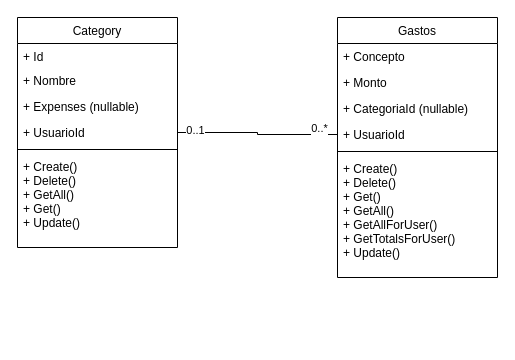
Earlier version of the draw.io diagram Diagramas/Diagramas juan jose/diagrama de clases.drawio (Devalle99/Xpense). Source tidied: cells renumbered, new cells numbered last; positions are measured from the earlier drawing's top-left corner, leaving out a move shared by most shapes. Both pictures are drawn from the tidied source at 100%, with x=0, y=0 at pixel (17, 17).
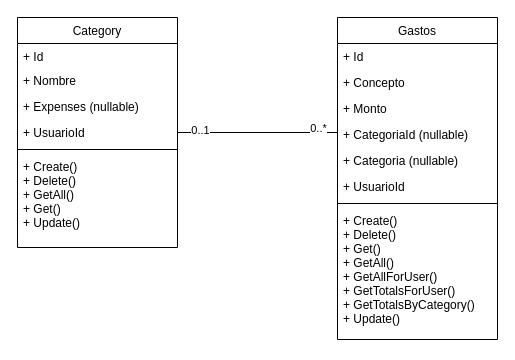
Above is the later version.

The change refers to these unchanged cells:
```xml
<mxCell id="6" value="+ UsuarioId" style="text;align=left;verticalAlign=top;spacingLeft=4;spacingRight=4;overflow=hidden;points=[[0,0.5],[1,0.5]];portConstraint=eastwest;rounded=0;shadow=0;html=0;" parent="2" vertex="1">
  <mxGeometry y="102" width="160" height="26" as="geometry" />
</mxCell>
```

The edit, as a diff of the source:
```diff
@@
     <mxCell id="9" value="Gastos" style="swimlane;fontStyle=0;align=center;verticalAlign=top;horizontal=1;startSize=26;rounded=0;shadow=0;strokeWidth=1;" parent="1" vertex="1">
-      <mxGeometry x="320" width="160" height="260" as="geometry" />
+      <mxGeometry x="320" width="160" height="322" as="geometry" />
     </mxCell>
+    <mxCell id="19" value="+ Id" style="text;align=left;verticalAlign=top;spacingLeft=4;spacingRight=4;overflow=hidden;rounded=0;shadow=0;html=0;" parent="9" vertex="1">
+      <mxGeometry y="26" width="160" height="26" as="geometry" />
+    </mxCell>
     <mxCell id="10" value="+ Concepto" style="text;align=left;verticalAlign=top;spacingLeft=4;spacingRight=4;overflow=hidden;" parent="9" vertex="1">
-      <mxGeometry y="26" width="160" height="26" as="geometry" />
+      <mxGeometry y="52" width="160" height="26" as="geometry" />
     </mxCell>
     <mxCell id="11" value="+ Monto" style="text;align=left;verticalAlign=top;spacingLeft=4;spacingRight=4;overflow=hidden;rounded=0;shadow=0;html=0;" parent="9" vertex="1">
-      <mxGeometry y="52" width="160" height="26" as="geometry" />
+      <mxGeometry y="78" width="160" height="26" as="geometry" />
     </mxCell>
     <mxCell id="12" value="+ CategoriaId (nullable)" style="text;align=left;verticalAlign=top;spacingLeft=4;spacingRight=4;overflow=hidden;rounded=0;shadow=0;html=0;" parent="9" vertex="1">
-      <mxGeometry y="78" width="160" height="26" as="geometry" />
+      <mxGeometry y="104" width="160" height="26" as="geometry" />
     </mxCell>
+    <mxCell id="20" value="+ Categoria (nullable)" style="text;align=left;verticalAlign=top;spacingLeft=4;spacingRight=4;overflow=hidden;rounded=0;shadow=0;html=0;" parent="9" vertex="1">
+      <mxGeometry y="130" width="160" height="26" as="geometry" />
+    </mxCell>
     <mxCell id="13" value="+ UsuarioId" style="text;align=left;verticalAlign=top;spacingLeft=4;spacingRight=4;overflow=hidden;points=[[0,0.5],[1,0.5]];portConstraint=eastwest;rounded=0;shadow=0;html=0;" parent="9" vertex="1">
-      <mxGeometry y="104" width="160" height="26" as="geometry" />
+      <mxGeometry y="156" width="160" height="26" as="geometry" />
     </mxCell>
     <mxCell id="14" style="line;html=1;strokeWidth=1;align=left;verticalAlign=middle;spacingTop=-1;spacingLeft=3;spacingRight=3;labelPosition=right;" parent="9" vertex="1">
-      <mxGeometry y="130" width="160" height="8" as="geometry" />
+      <mxGeometry y="182" width="160" height="8" as="geometry" />
     </mxCell>
-    <mxCell id="15" value="+ Create()&#10;+ Delete()&#10;+ Get()&#10;+ GetAll()&#10;+ GetAllForUser()&#10;+ GetTotalsForUser()&#10;+ Update()" style="text;align=left;verticalAlign=top;spacingLeft=4;spacingRight=4;overflow=hidden;" parent="9" vertex="1">
-      <mxGeometry y="138" width="160" height="122" as="geometry" />
+    <mxCell id="15" value="+ Create()&#10;+ Delete()&#10;+ Get()&#10;+ GetAll()&#10;+ GetAllForUser()&#10;+ GetTotalsForUser()&#10;+ GetTotalsByCategory()&#10;+ Update()" style="text;align=left;verticalAlign=top;spacingLeft=4;spacingRight=4;overflow=hidden;" parent="9" vertex="1">
+      <mxGeometry y="190" width="160" height="132" as="geometry" />
     </mxCell>
     <mxCell id="16" style="edgeStyle=orthogonalEdgeStyle;rounded=0;jettySize=auto;html=1;exitX=0;exitY=0.5;exitDx=0;exitDy=0;entryX=1;entryY=0.5;entryDx=0;entryDy=0;endArrow=none;endFill=0;" parent="1" edge="1" source="13" target="6">
-      <mxGeometry relative="1" as="geometry" />
+      <mxGeometry relative="1" as="geometry">
+        <Array as="points">
+          <mxPoint x="320" y="115" />
+        </Array>
+      </mxGeometry>
     </mxCell>
@@
     <mxCell id="18" value="0..*" style="edgeLabel;html=1;align=center;verticalAlign=middle;" parent="16" vertex="1">
       <mxGeometry x="-0.77" y="3" relative="1" as="geometry">
-        <mxPoint y="-10" as="offset" />
+        <mxPoint x="-17" y="-34" as="offset" />
       </mxGeometry>
     </mxCell>
```
